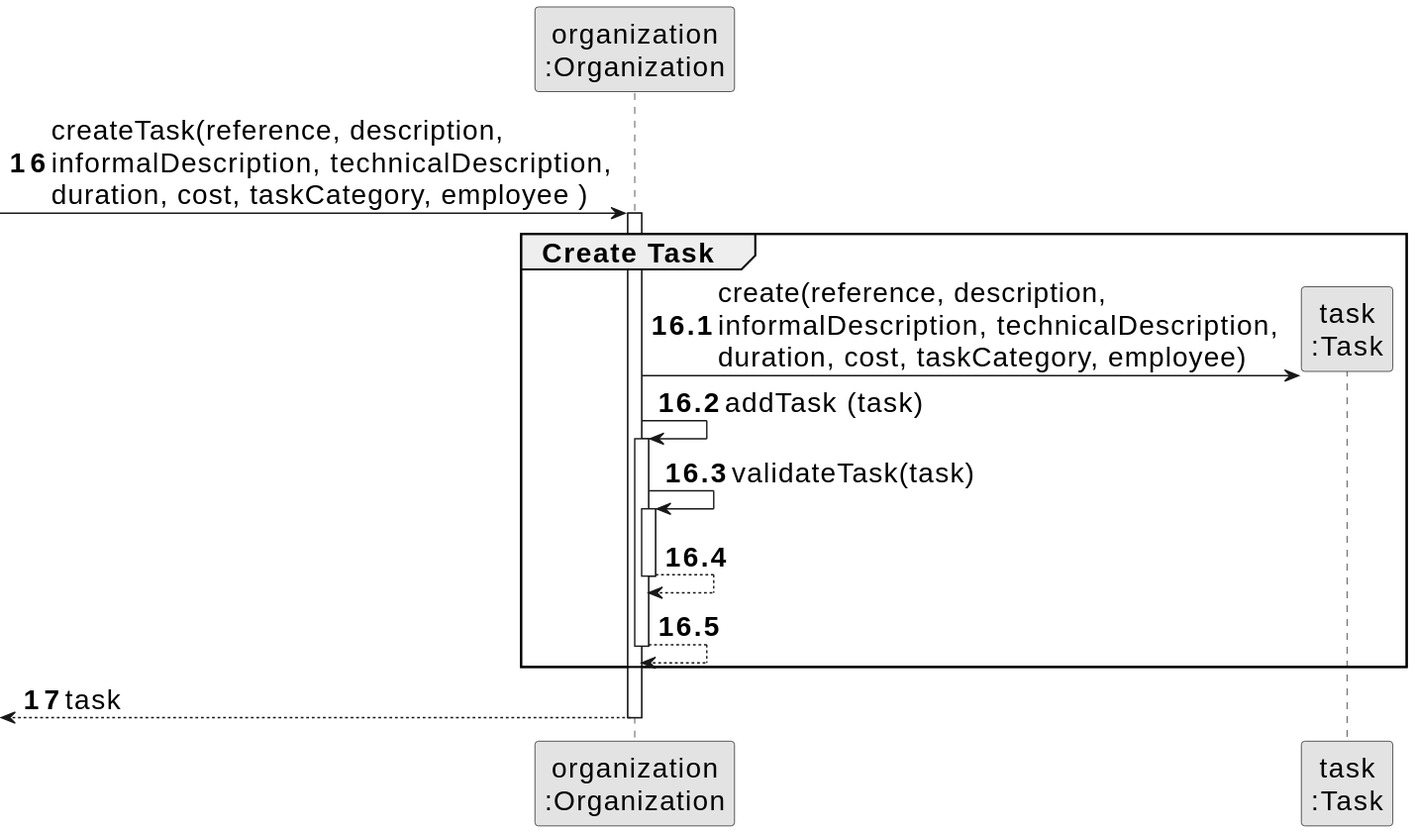
The PlantUML diagram docs/sprintB/us003/03.design/svg/us003-sequence-diagram-partial-register-collaborator.svg in diogoveirospro/lei-24-s2-1dg-g072, before a commit.
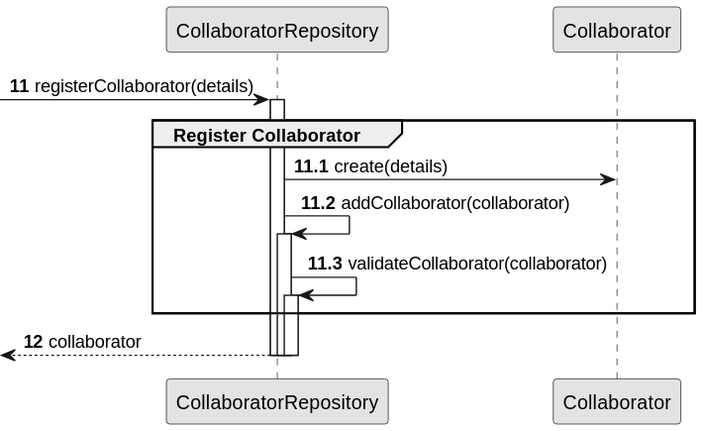
Later version of the same file.

The edit, as a diff of the source:
```diff
@@ -1,33 +1,28 @@
 @startuml
-skinparamlocked defaultFontSize 20
 skinparam monochrome true
 skinparam packageStyle rectangle
 skinparam shadowing false
 
-participant "organization\n:Organization" as ORG
-participant "task\n:Task" as TAREFA
+participant CollaboratorRepository
+participant Collaborator
 
-autonumber 16
--> ORG: createTask(reference, description,\ninformalDescription, technicalDescription,\nduration, cost, taskCategory, employee )
+autonumber 11
+-> CollaboratorRepository: registerCollaborator(details)
 
-autonumber 16.1
-activate ORG
-    group Create Task
-
-        ORG -> TAREFA**: create(reference, description,\ninformalDescription, technicalDescription,\nduration, cost, taskCategory, employee)
-        ORG -> ORG: addTask (task)
-
-        activate ORG
-            ORG -> ORG: validateTask(task)
-            activate ORG
-                ORG --> ORG
-            deactivate ORG
-
-            ORG --> ORG
-        deactivate ORG
+autonumber 11.1
+activate CollaboratorRepository
+    group Register Collaborator
+        CollaboratorRepository -> Collaborator: create(details)
+        CollaboratorRepository -> CollaboratorRepository: addCollaborator(collaborator)
+        activate CollaboratorRepository
+            CollaboratorRepository -> CollaboratorRepository: validateCollaborator(collaborator)
+                activate CollaboratorRepository
     end
 
-    autonumber 17
-    <-- ORG : task
-deactivate ORG
+
+autonumber 12
+<-- CollaboratorRepository: collaborator
+deactivate CollaboratorRepository
+deactivate CollaboratorRepository
+deactivate CollaboratorRepository
 @enduml
```
